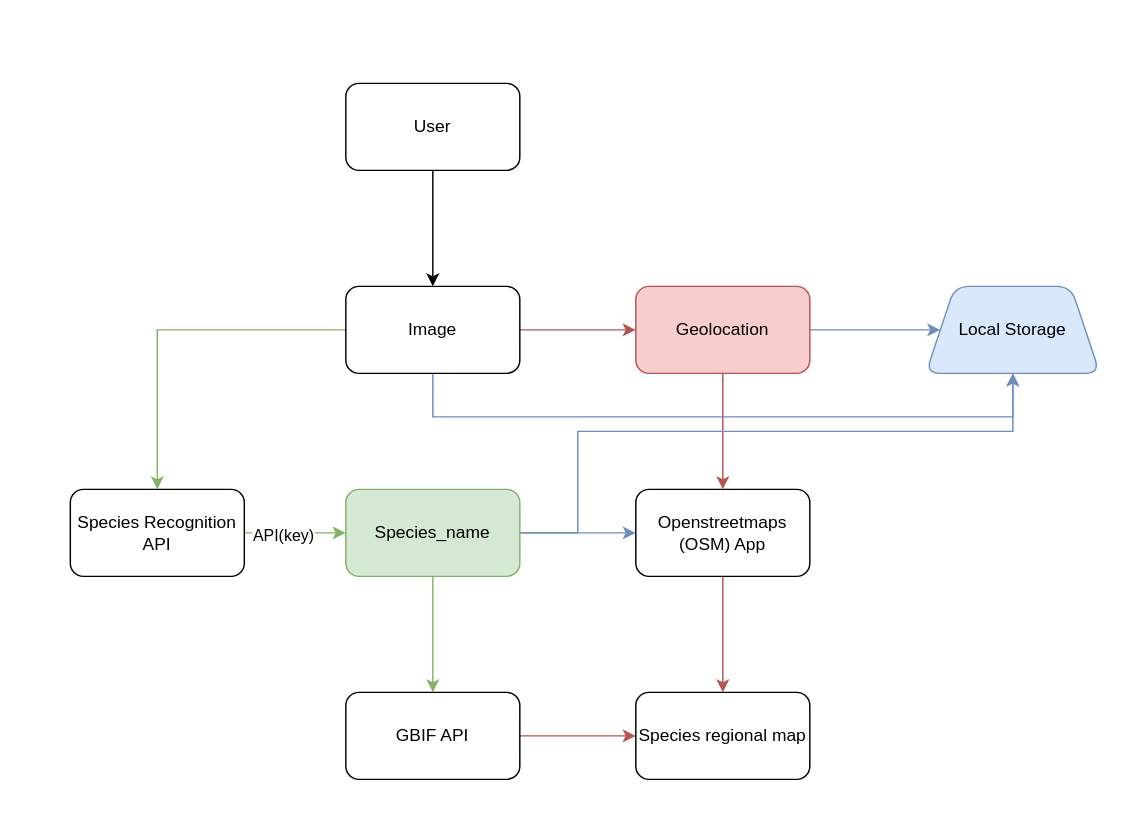
The draw.io diagram page "Main" (1 of 2) of Docs/LSC.drawio in KrishnaTO/LocalSpeciesCatalogue_App, before the edit. Source tidied: cells renumbered, new cells numbered last; positions are measured from the earlier drawing's top-left corner, leaving out a move shared by most shapes. Both pictures are drawn from the tidied source at 145%, with x=0, y=0 at pixel (70, 83).
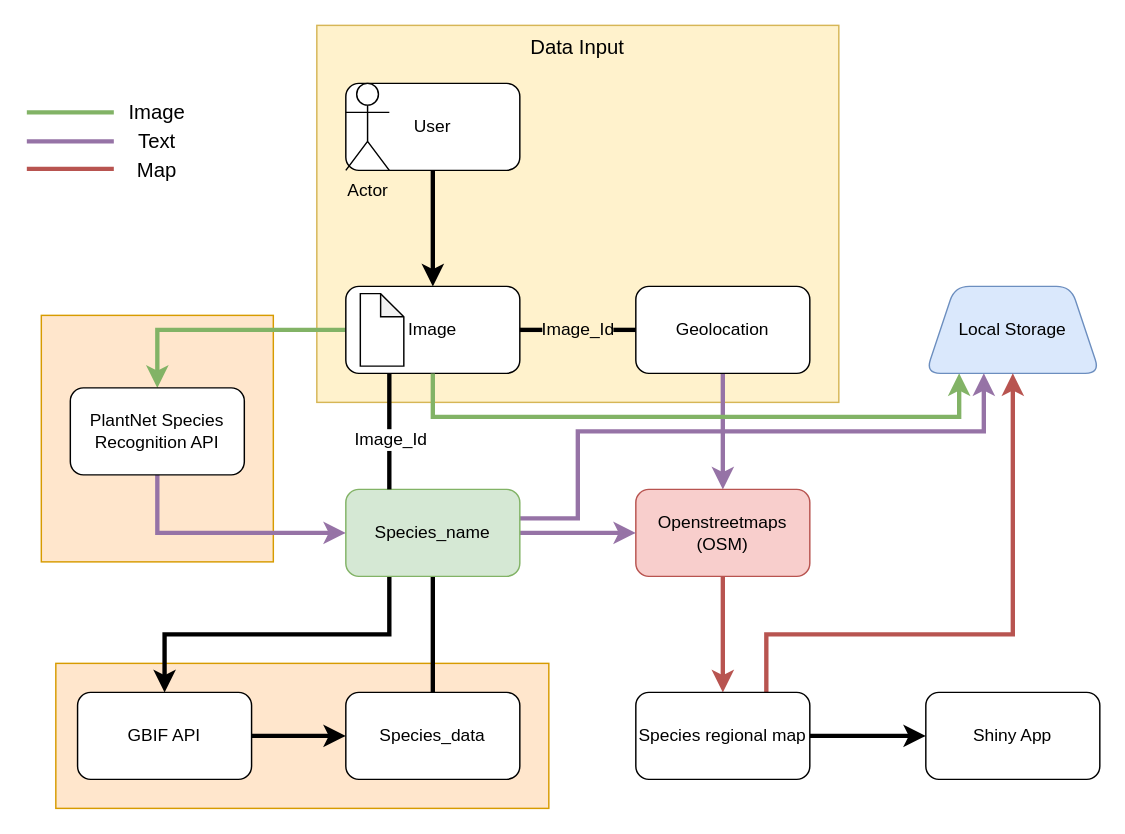
The same page after the edit.

Commit message (it also covers changes not shown here):
Updated filenames and flowchart (drawio)

Unchanged cells that the change refers to:
```xml
<mxCell id="3" value="User" style="rounded=1;whiteSpace=wrap;html=1;" parent="1" vertex="1">
  <mxGeometry x="190" width="120" height="60" as="geometry" />
</mxCell>
<mxCell id="7" value="Image" style="whiteSpace=wrap;html=1;rounded=1;" parent="1" vertex="1">
  <mxGeometry x="190" y="140" width="120" height="60" as="geometry" />
</mxCell>
<mxCell id="16" value="Local Storage" style="shape=trapezoid;perimeter=trapezoidPerimeter;whiteSpace=wrap;html=1;fixedSize=1;rounded=1;fillColor=#dae8fc;strokeColor=#6c8ebf;" parent="1" vertex="1">
  <mxGeometry x="590" y="140" width="120" height="60" as="geometry" />
</mxCell>
<mxCell id="20" value="Species_name" style="whiteSpace=wrap;html=1;rounded=1;fillColor=#d5e8d4;strokeColor=#82b366;" parent="1" vertex="1">
  <mxGeometry x="190" y="280" width="120" height="60" as="geometry" />
</mxCell>
<mxCell id="23" value="Species regional map" style="whiteSpace=wrap;html=1;rounded=1;" parent="1" vertex="1">
  <mxGeometry x="390" y="420" width="120" height="60" as="geometry" />
</mxCell>
```

Diff of the diagram source:
```diff
@@
+    <mxCell id="24" style="rounded=0;whiteSpace=wrap;html=1;fontSize=14;fillColor=#ffe6cc;strokeColor=#d79b00;" parent="1" vertex="1">
+      <mxGeometry x="-10" y="400" width="340" height="100" as="geometry" />
+    </mxCell>
+    <mxCell id="25" style="edgeStyle=orthogonalEdgeStyle;rounded=0;jettySize=auto;html=1;startArrow=none;startFill=0;strokeWidth=3;fontSize=14;endArrow=none;endFill=0;" parent="1" edge="1" source="33" target="20">
+      <mxGeometry relative="1" as="geometry" />
+    </mxCell>
+    <mxCell id="26" style="rounded=0;whiteSpace=wrap;html=1;fontSize=14;fillColor=#ffe6cc;strokeColor=#d79b00;" parent="1" vertex="1">
+      <mxGeometry x="-20" y="160" width="160" height="170" as="geometry" />
+    </mxCell>
+    <mxCell id="27" value="Data Input" style="rounded=0;whiteSpace=wrap;html=1;fillColor=#fff2cc;strokeColor=#d6b656;verticalAlign=top;fontSize=14;" parent="1" vertex="1">
+      <mxGeometry x="170" y="-40" width="360" height="260" as="geometry" />
+    </mxCell>
-    <mxCell id="2" style="edgeStyle=orthogonalEdgeStyle;rounded=0;jettySize=auto;html=1;" parent="1" edge="1" source="3" target="7">
+    <mxCell id="2" style="edgeStyle=orthogonalEdgeStyle;rounded=0;jettySize=auto;html=1;strokeWidth=3;" parent="1" edge="1" source="3" target="7">
       <mxGeometry relative="1" as="geometry" />
     </mxCell>
@@
-    <mxCell id="4" style="edgeStyle=orthogonalEdgeStyle;rounded=0;jettySize=auto;html=1;fillColor=#f8cecc;strokeColor=#b85450;" parent="1" edge="1" source="7" target="10">
-      <mxGeometry relative="1" as="geometry" />
-    </mxCell>
-    <mxCell id="5" style="edgeStyle=orthogonalEdgeStyle;rounded=0;jettySize=auto;html=1;fillColor=#d5e8d4;strokeColor=#82b366;" parent="1" edge="1" source="7" target="13">
+    <mxCell id="5" style="edgeStyle=orthogonalEdgeStyle;rounded=0;jettySize=auto;html=1;strokeWidth=3;fontSize=14;fillColor=#d5e8d4;strokeColor=#82b366;" parent="1" edge="1" source="7" target="13">
       <mxGeometry relative="1" as="geometry" />
     </mxCell>
-    <mxCell id="6" style="edgeStyle=orthogonalEdgeStyle;rounded=0;jettySize=auto;html=1;fillColor=#dae8fc;strokeColor=#6c8ebf;" parent="1" edge="1" source="7">
-      <mxGeometry relative="1" as="geometry">
-        <mxPoint x="650" y="200" as="targetPoint" />
-        <Array as="points">
-          <mxPoint x="250" y="230" />
-          <mxPoint x="650" y="230" />
-        </Array>
-      </mxGeometry>
-    </mxCell>
@@
-    <mxCell id="8" style="edgeStyle=orthogonalEdgeStyle;rounded=0;jettySize=auto;html=1;fillColor=#f8cecc;strokeColor=#b85450;" parent="1" edge="1" source="10" target="15">
+    <mxCell id="8" style="edgeStyle=orthogonalEdgeStyle;rounded=0;jettySize=auto;html=1;strokeWidth=3;fillColor=#e1d5e7;strokeColor=#9673a6;" parent="1" edge="1" source="10" target="15">
       <mxGeometry relative="1" as="geometry" />
     </mxCell>
-    <mxCell id="9" style="edgeStyle=orthogonalEdgeStyle;rounded=0;jettySize=auto;html=1;fillColor=#dae8fc;strokeColor=#6c8ebf;" parent="1" edge="1" source="10" target="16">
-      <mxGeometry relative="1" as="geometry" />
+    <mxCell id="9" style="edgeStyle=orthogonalEdgeStyle;rounded=0;jettySize=auto;html=1;fillColor=#d5e8d4;strokeColor=#82b366;strokeWidth=3;exitX=0.5;exitY=1;exitDx=0;exitDy=0;" parent="1" edge="1" source="7" target="16">
+      <mxGeometry relative="1" as="geometry">
+        <Array as="points">
+          <mxPoint x="250" y="230" />
+          <mxPoint x="613" y="230" />
+        </Array>
+      </mxGeometry>
     </mxCell>
-    <mxCell id="10" value="Geolocation" style="whiteSpace=wrap;html=1;rounded=1;fillColor=#f8cecc;strokeColor=#b85450;" parent="1" vertex="1">
+    <mxCell id="10" value="Geolocation" style="whiteSpace=wrap;html=1;rounded=1;" parent="1" vertex="1">
       <mxGeometry x="390" y="140" width="120" height="60" as="geometry" />
     </mxCell>
-    <mxCell id="11" style="edgeStyle=orthogonalEdgeStyle;rounded=0;jettySize=auto;html=1;fillColor=#d5e8d4;strokeColor=#82b366;" parent="1" edge="1" source="13" target="20">
+    <mxCell id="11" style="edgeStyle=orthogonalEdgeStyle;rounded=0;jettySize=auto;html=1;strokeWidth=3;exitX=0.5;exitY=1;exitDx=0;exitDy=0;fillColor=#e1d5e7;strokeColor=#9673a6;" parent="1" edge="1" source="13" target="20">
       <mxGeometry relative="1" as="geometry">
         <Array as="points">
-          <mxPoint x="110" y="310" />
-          <mxPoint x="110" y="310" />
+          <mxPoint x="60" y="310" />
         </Array>
       </mxGeometry>
     </mxCell>
-    <mxCell id="12" value="API(key)" style="edgeLabel;html=1;align=center;verticalAlign=middle;" parent="11" vertex="1">
-      <mxGeometry x="-0.25" y="-1" relative="1" as="geometry" />
-    </mxCell>
-    <mxCell id="13" value="Species Recognition API" style="whiteSpace=wrap;html=1;rounded=1;" parent="1" vertex="1">
-      <mxGeometry y="280" width="120" height="60" as="geometry" />
+    <mxCell id="13" value="PlantNet Species Recognition API" style="whiteSpace=wrap;html=1;rounded=1;" parent="1" vertex="1">
+      <mxGeometry y="210" width="120" height="60" as="geometry" />
     </mxCell>
-    <mxCell id="14" style="edgeStyle=orthogonalEdgeStyle;rounded=0;jettySize=auto;html=1;fillColor=#f8cecc;strokeColor=#b85450;" parent="1" edge="1" source="15" target="23">
+    <mxCell id="14" style="edgeStyle=orthogonalEdgeStyle;rounded=0;jettySize=auto;html=1;strokeWidth=3;fillColor=#f8cecc;strokeColor=#b85450;" parent="1" edge="1" source="15" target="23">
       <mxGeometry relative="1" as="geometry" />
     </mxCell>
-    <mxCell id="15" value="Openstreetmaps (OSM) App" style="whiteSpace=wrap;html=1;rounded=1;" parent="1" vertex="1">
+    <mxCell id="15" value="Openstreetmaps (OSM)" style="whiteSpace=wrap;html=1;rounded=1;fillColor=#f8cecc;strokeColor=#b85450;" parent="1" vertex="1">
       <mxGeometry x="390" y="280" width="120" height="60" as="geometry" />
     </mxCell>
@@
-    <mxCell id="17" style="edgeStyle=orthogonalEdgeStyle;rounded=0;jettySize=auto;html=1;fillColor=#dae8fc;strokeColor=#6c8ebf;" parent="1" edge="1" source="20" target="15">
+    <mxCell id="17" style="edgeStyle=orthogonalEdgeStyle;rounded=0;jettySize=auto;html=1;fillColor=#e1d5e7;strokeColor=#9673a6;strokeWidth=3;" parent="1" edge="1" source="20" target="15">
       <mxGeometry relative="1" as="geometry" />
     </mxCell>
-    <mxCell id="18" style="edgeStyle=orthogonalEdgeStyle;rounded=0;jettySize=auto;html=1;fillColor=#dae8fc;strokeColor=#6c8ebf;" parent="1" edge="1" source="20" target="16">
+    <mxCell id="18" style="edgeStyle=orthogonalEdgeStyle;rounded=0;jettySize=auto;html=1;fillColor=#e1d5e7;strokeColor=#9673a6;strokeWidth=3;" parent="1" edge="1" target="16">
       <mxGeometry relative="1" as="geometry">
+        <mxPoint x="310" y="300" as="sourcePoint" />
         <Array as="points">
-          <mxPoint x="350" y="310" />
+          <mxPoint x="350" y="300" />
           <mxPoint x="350" y="240" />
-          <mxPoint x="650" y="240" />
+          <mxPoint x="630" y="240" />
         </Array>
       </mxGeometry>
     </mxCell>
-    <mxCell id="19" style="edgeStyle=orthogonalEdgeStyle;rounded=0;jettySize=auto;html=1;fillColor=#d5e8d4;strokeColor=#82b366;" parent="1" edge="1" source="20" target="22">
+    <mxCell id="19" style="edgeStyle=orthogonalEdgeStyle;rounded=0;jettySize=auto;html=1;strokeWidth=3;startArrow=none;startFill=0;exitX=0.25;exitY=1;exitDx=0;exitDy=0;" parent="1" edge="1" source="20" target="22">
       <mxGeometry relative="1" as="geometry" />
     </mxCell>
@@
-    <mxCell id="21" style="edgeStyle=orthogonalEdgeStyle;rounded=0;jettySize=auto;html=1;fillColor=#f8cecc;strokeColor=#b85450;" parent="1" edge="1" source="22" target="23">
-      <mxGeometry relative="1" as="geometry" />
-    </mxCell>
+    <mxCell id="28" style="edgeStyle=orthogonalEdgeStyle;rounded=0;jettySize=auto;html=1;startArrow=none;startFill=0;strokeWidth=3;fontSize=14;" parent="1" edge="1" source="22" target="33">
+      <mxGeometry relative="1" as="geometry" />
+    </mxCell>
     <mxCell id="22" value="GBIF API" style="whiteSpace=wrap;html=1;rounded=1;" parent="1" vertex="1">
-      <mxGeometry x="190" y="420" width="120" height="60" as="geometry" />
+      <mxGeometry x="5" y="420" width="120" height="60" as="geometry" />
     </mxCell>
+    <mxCell id="29" style="edgeStyle=orthogonalEdgeStyle;rounded=0;jettySize=auto;html=1;startArrow=none;startFill=0;endArrow=classic;endFill=1;strokeWidth=3;fontSize=14;fillColor=#f8cecc;strokeColor=#b85450;exitX=0.75;exitY=0;exitDx=0;exitDy=0;" parent="1" edge="1" source="23" target="16">
+      <mxGeometry relative="1" as="geometry">
+        <Array as="points">
+          <mxPoint x="480" y="380" />
+          <mxPoint x="650" y="380" />
+        </Array>
+      </mxGeometry>
+    </mxCell>
+    <mxCell id="30" style="edgeStyle=orthogonalEdgeStyle;rounded=0;jettySize=auto;html=1;startArrow=none;startFill=0;endArrow=classic;endFill=1;strokeWidth=3;fontSize=12;" parent="1" edge="1" source="23" target="45">
+      <mxGeometry relative="1" as="geometry" />
+    </mxCell>
@@
+    <mxCell id="31" value="Actor" style="shape=umlActor;verticalLabelPosition=bottom;verticalAlign=top;html=1;" parent="1" vertex="1">
+      <mxGeometry x="190" width="30" height="60" as="geometry" />
+    </mxCell>
+    <mxCell id="32" style="shape=note;whiteSpace=wrap;html=1;backgroundOutline=1;darkOpacity=0.05;size=16;" parent="1" vertex="1">
+      <mxGeometry x="200" y="145" width="30" height="50" as="geometry" />
+    </mxCell>
+    <mxCell id="33" value="Species_data" style="whiteSpace=wrap;html=1;rounded=1;" parent="1" vertex="1">
+      <mxGeometry x="190" y="420" width="120" height="60" as="geometry" />
+    </mxCell>
+    <mxCell id="34" style="endArrow=none;html=1;strokeWidth=3;fontSize=14;fillColor=#d5e8d4;strokeColor=#82b366;" parent="1" edge="1">
+      <mxGeometry relative="1" as="geometry">
+        <mxPoint x="-30" y="20" as="sourcePoint" />
+        <mxPoint x="30" y="20" as="targetPoint" />
+      </mxGeometry>
+    </mxCell>
+    <mxCell id="35" style="endArrow=none;html=1;strokeWidth=3;fontSize=14;fillColor=#e1d5e7;strokeColor=#9673a6;" parent="1" edge="1">
+      <mxGeometry relative="1" as="geometry">
+        <mxPoint x="-30" y="40" as="sourcePoint" />
+        <mxPoint x="30" y="40" as="targetPoint" />
+      </mxGeometry>
+    </mxCell>
+    <mxCell id="36" style="endArrow=none;html=1;strokeWidth=3;fontSize=14;fillColor=#f8cecc;strokeColor=#b85450;" parent="1" edge="1">
+      <mxGeometry relative="1" as="geometry">
+        <mxPoint x="-30" y="59" as="sourcePoint" />
+        <mxPoint x="30" y="59" as="targetPoint" />
+      </mxGeometry>
+    </mxCell>
+    <mxCell id="37" value="Image" style="text;html=1;strokeColor=none;fillColor=none;align=center;verticalAlign=middle;whiteSpace=wrap;rounded=0;fontSize=14;" parent="1" vertex="1">
+      <mxGeometry x="40" y="10" width="40" height="20" as="geometry" />
+    </mxCell>
+    <mxCell id="38" value="Text" style="text;html=1;strokeColor=none;fillColor=none;align=center;verticalAlign=middle;whiteSpace=wrap;rounded=0;fontSize=14;" parent="1" vertex="1">
+      <mxGeometry x="40" y="30" width="40" height="20" as="geometry" />
+    </mxCell>
+    <mxCell id="39" value="Map" style="text;html=1;strokeColor=none;fillColor=none;align=center;verticalAlign=middle;whiteSpace=wrap;rounded=0;fontSize=14;" parent="1" vertex="1">
+      <mxGeometry x="40" y="50" width="40" height="20" as="geometry" />
+    </mxCell>
+    <mxCell id="40" style="endArrow=none;html=1;strokeWidth=3;fontSize=14;exitX=0.25;exitY=0;exitDx=0;exitDy=0;entryX=0.25;entryY=1;entryDx=0;entryDy=0;" parent="1" edge="1" source="20" target="7">
+      <mxGeometry relative="1" as="geometry" />
+    </mxCell>
+    <mxCell id="41" value="Image_Id" style="edgeLabel;html=1;align=center;verticalAlign=middle;fontSize=12;" parent="40" vertex="1">
+      <mxGeometry x="-0.42" y="2" relative="1" as="geometry">
+        <mxPoint x="2" y="-12" as="offset" />
+      </mxGeometry>
+    </mxCell>
+    <mxCell id="42" style="endArrow=none;html=1;strokeWidth=3;fontSize=14;exitX=0;exitY=0.5;exitDx=0;exitDy=0;entryX=1;entryY=0.5;entryDx=0;entryDy=0;" parent="1" edge="1" source="43" target="7">
+      <mxGeometry relative="1" as="geometry" />
+    </mxCell>
+    <mxCell id="43" value="Image_Id" style="text;html=1;strokeColor=none;fillColor=none;align=center;verticalAlign=middle;whiteSpace=wrap;rounded=0;fontSize=12;" parent="1" vertex="1">
+      <mxGeometry x="325.5" y="160" width="49" height="20" as="geometry" />
+    </mxCell>
+    <mxCell id="44" style="endArrow=none;html=1;strokeWidth=3;fontSize=14;exitX=0;exitY=0.5;exitDx=0;exitDy=0;entryX=1;entryY=0.5;entryDx=0;entryDy=0;" parent="1" edge="1" source="10" target="43">
+      <mxGeometry relative="1" as="geometry" />
+    </mxCell>
+    <mxCell id="45" value="Shiny App" style="whiteSpace=wrap;html=1;rounded=1;" parent="1" vertex="1">
+      <mxGeometry x="590" y="420" width="120" height="60" as="geometry" />
+    </mxCell>
```
